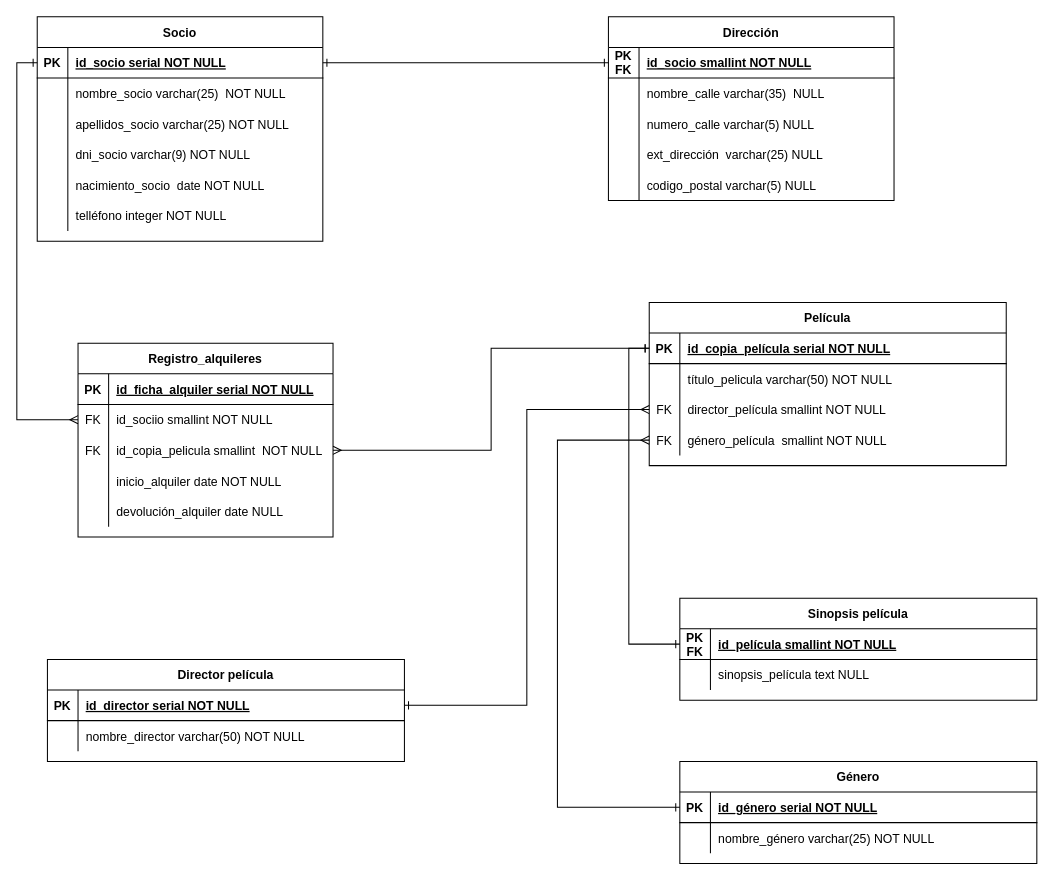
Above: diagrama_practicaSQL.drawio in AdrianFSN/paractica_SQL_AS (draw.io), before the change. Source tidied: cells renumbered, new cells numbered last; positions are measured from the earlier drawing's top-left corner, leaving out a move shared by most shapes. Both pictures are drawn from the tidied source at 102%, with x=0, y=0 at pixel (37, 16).
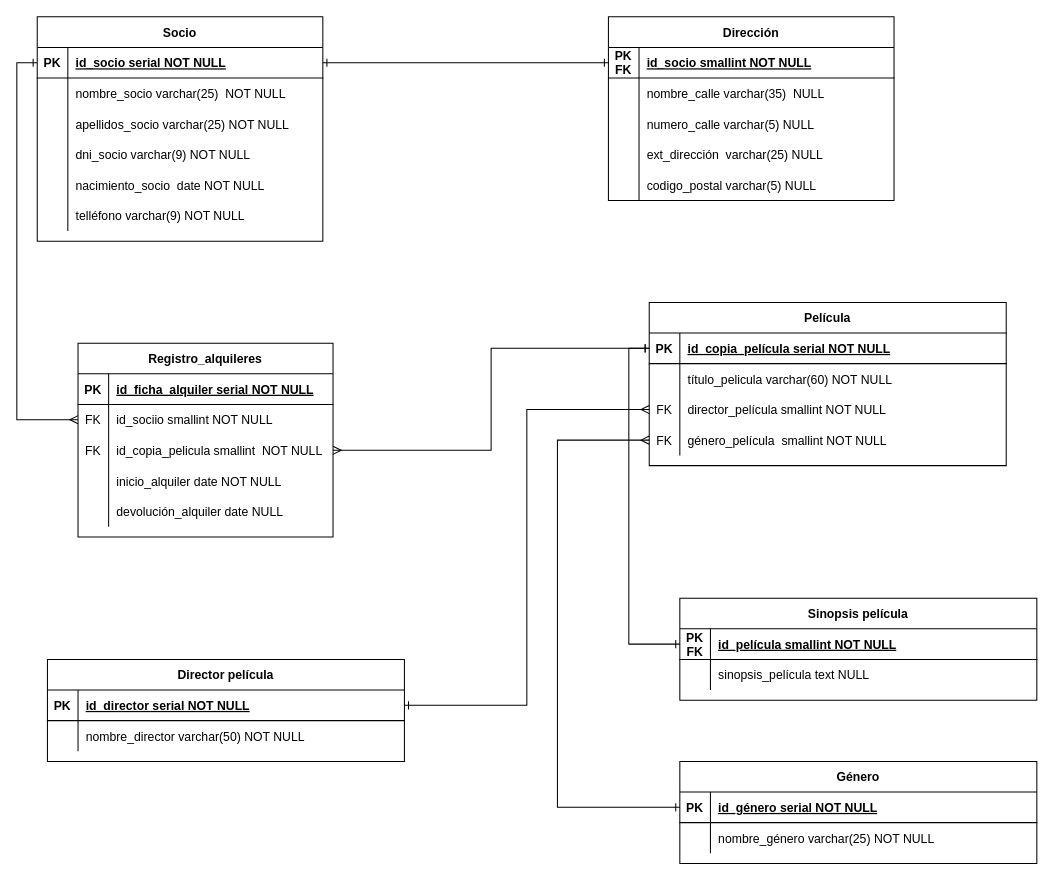
Above is the later version.

Commit message (it also covers changes not shown here):
fix: borro el archibo tmp, que no hacía falta, y subo las versiones finales del diagrama y el script

The change refers to these unchanged cells:
```xml
<mxCell id="6" style="shape=partialRectangle;fillColor=none;top=0;left=0;right=0;bottom=0;" parent="2" vertex="1">
  <mxGeometry y="60" width="350" height="30" as="geometry" />
</mxCell>
<mxCell id="47" style="shape=partialRectangle;fillColor=none;top=0;left=0;right=0;bottom=0;" parent="31" vertex="1">
  <mxGeometry y="180" width="280" height="30" as="geometry" />
</mxCell>
```

What changed in the source:
```diff
@@
-    <mxCell id="8" value="título_pelicula varchar(50) NOT NULL" style="shape=partialRectangle;overflow=hidden;fillColor=none;top=0;left=0;bottom=0;right=0;align=left;spacingLeft=6;" parent="6" vertex="1">
+    <mxCell id="8" value="título_pelicula varchar(60) NOT NULL" style="shape=partialRectangle;overflow=hidden;fillColor=none;top=0;left=0;bottom=0;right=0;align=left;spacingLeft=6;" parent="6" vertex="1">
       <mxGeometry x="30" width="320" height="30" as="geometry" />
     </mxCell>
@@
-    <mxCell id="49" value="telléfono integer NOT NULL" style="shape=partialRectangle;overflow=hidden;fillColor=none;top=0;left=0;bottom=0;right=0;align=left;spacingLeft=6;" parent="47" vertex="1">
+    <mxCell id="49" value="telléfono varchar(9) NOT NULL" style="shape=partialRectangle;overflow=hidden;fillColor=none;top=0;left=0;bottom=0;right=0;align=left;spacingLeft=6;" parent="47" vertex="1">
       <mxGeometry x="30" width="250" height="30" as="geometry" />
     </mxCell>
```
